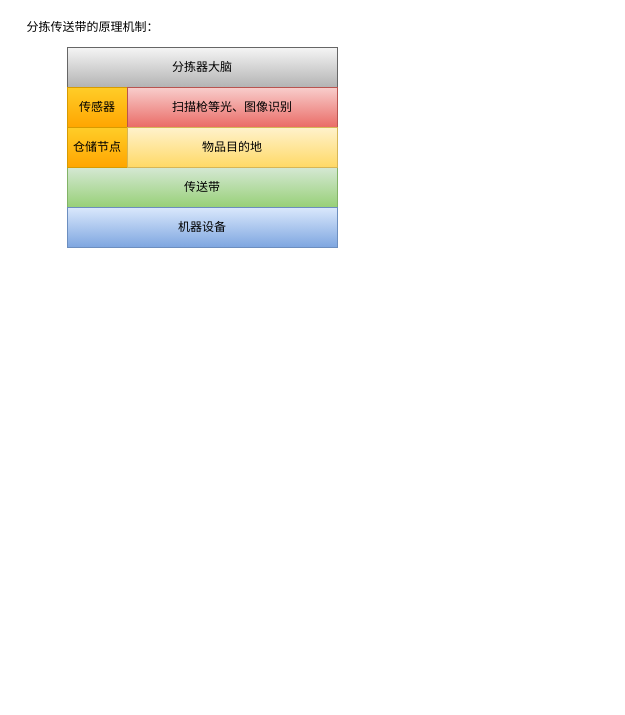
Earlier version of the draw.io diagram 分拣原理及机制.drawio (UTOUUCENTER-CD/draw.io). Source tidied: cells renumbered, new cells numbered last; positions are measured from the earlier drawing's top-left corner, leaving out a move shared by most shapes. Both pictures are drawn from the tidied source at 100%, with x=0, y=0 at pixel (17, 17).
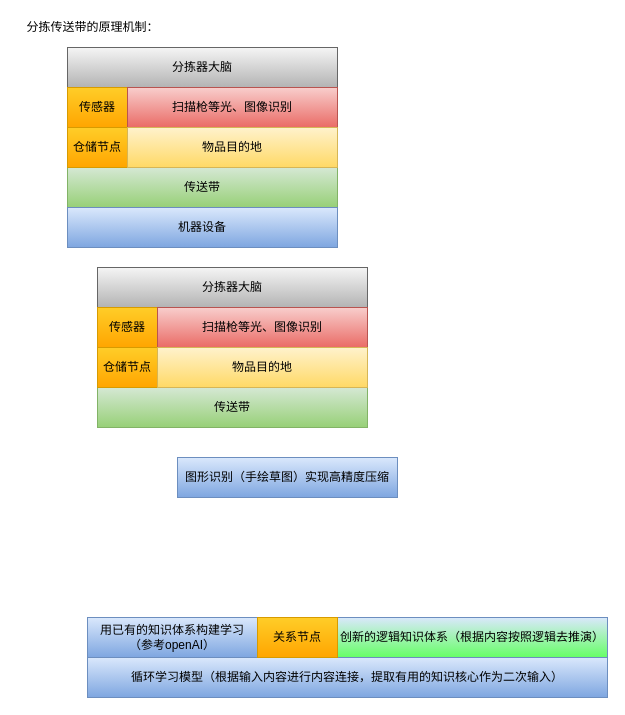
The same page after the edit.

Commit message:
更新分拣原理及机制.drawio

Change to the diagram source:
```diff
@@
+    <mxCell id="12" value="分拣器大脑" style="rounded=0;whiteSpace=wrap;html=1;fillColor=#f5f5f5;gradientColor=#b3b3b3;strokeColor=#666666;" parent="1" vertex="1">
+      <mxGeometry x="80" y="250" width="270" height="40" as="geometry" />
+    </mxCell>
+    <mxCell id="13" value="传送带" style="rounded=0;whiteSpace=wrap;html=1;fillColor=#d5e8d4;gradientColor=#97d077;strokeColor=#82b366;" parent="1" vertex="1">
+      <mxGeometry x="80" y="370" width="270" height="40" as="geometry" />
+    </mxCell>
+    <mxCell id="14" value="图形识别（手绘草图）实现高精度压缩" style="rounded=0;whiteSpace=wrap;html=1;fillColor=#dae8fc;gradientColor=#7ea6e0;strokeColor=#6c8ebf;" parent="1" vertex="1">
+      <mxGeometry x="160" y="440" width="220" height="40" as="geometry" />
+    </mxCell>
+    <mxCell id="15" style="group;fillColor=#ffcd28;gradientColor=#ffa500;strokeColor=#d79b00;" parent="1" vertex="1">
+      <mxGeometry x="80" y="290" width="270" height="40" as="geometry" />
+    </mxCell>
+    <mxCell id="16" value="传感器" style="rounded=0;whiteSpace=wrap;html=1;fillColor=#ffcd28;gradientColor=#ffa500;strokeColor=#d79b00;" parent="15" vertex="1">
+      <mxGeometry width="60" height="40" as="geometry" />
+    </mxCell>
+    <mxCell id="17" value="&lt;span style=&quot;text-align: left ; white-space: nowrap&quot;&gt;扫描枪等光、图像识别&lt;/span&gt;" style="rounded=0;whiteSpace=wrap;html=1;fillColor=#f8cecc;gradientColor=#ea6b66;strokeColor=#b85450;" parent="15" vertex="1">
+      <mxGeometry x="60" width="210" height="40" as="geometry" />
+    </mxCell>
+    <mxCell id="18" style="group;fillColor=#ffcd28;gradientColor=#ffa500;strokeColor=#d79b00;" parent="1" vertex="1">
+      <mxGeometry x="80" y="330" width="270" height="40" as="geometry" />
+    </mxCell>
+    <mxCell id="19" value="仓储节点" style="rounded=0;whiteSpace=wrap;html=1;fillColor=#ffcd28;gradientColor=#ffa500;strokeColor=#d79b00;" parent="18" vertex="1">
+      <mxGeometry width="60" height="40" as="geometry" />
+    </mxCell>
+    <mxCell id="20" value="物品目的地" style="rounded=0;whiteSpace=wrap;html=1;fillColor=#fff2cc;gradientColor=#ffd966;strokeColor=#d6b656;" parent="18" vertex="1">
+      <mxGeometry x="60" width="210" height="40" as="geometry" />
+    </mxCell>
+    <mxCell id="21" value="循环学习模型（根据输入内容进行内容连接，提取有用的知识核心作为二次输入）" style="rounded=0;whiteSpace=wrap;html=1;fillColor=#dae8fc;gradientColor=#7ea6e0;strokeColor=#6c8ebf;" parent="1" vertex="1">
+      <mxGeometry x="70" y="640" width="520" height="40" as="geometry" />
+    </mxCell>
+    <mxCell id="22" value="用已有的知识体系构建学习&lt;br&gt;（参考openAI）" style="rounded=0;whiteSpace=wrap;html=1;fillColor=#dae8fc;gradientColor=#7ea6e0;strokeColor=#6c8ebf;" parent="1" vertex="1">
+      <mxGeometry x="70" y="600" width="170" height="40" as="geometry" />
+    </mxCell>
+    <mxCell id="23" value="创新的逻辑知识体系（根据内容按照逻辑去推演）" style="rounded=0;whiteSpace=wrap;html=1;fillColor=#dae8fc;gradientColor=#66FF66;strokeColor=#6c8ebf;" parent="1" vertex="1">
+      <mxGeometry x="320" y="600" width="270" height="40" as="geometry" />
+    </mxCell>
+    <mxCell id="24" value="关系节点" style="rounded=0;whiteSpace=wrap;html=1;fillColor=#ffcd28;gradientColor=#ffa500;strokeColor=#d79b00;gradientDirection=south;" parent="1" vertex="1">
+      <mxGeometry x="240" y="600" width="80" height="40" as="geometry" />
+    </mxCell>
```
